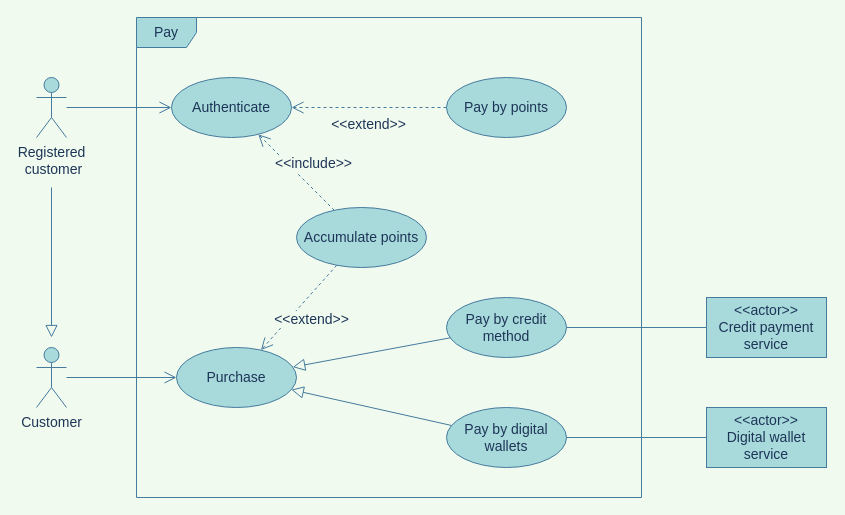
This is requirements/use cases/Payment.drawio from thanhtoan1742/OWCA_POS, a draw.io file, before an edit. Source tidied: cells renumbered, new cells numbered last; positions are measured from the earlier drawing's top-left corner, leaving out a move shared by most shapes. Both pictures are drawn from the tidied source at 100%, with x=0, y=0 at pixel (36, 17).
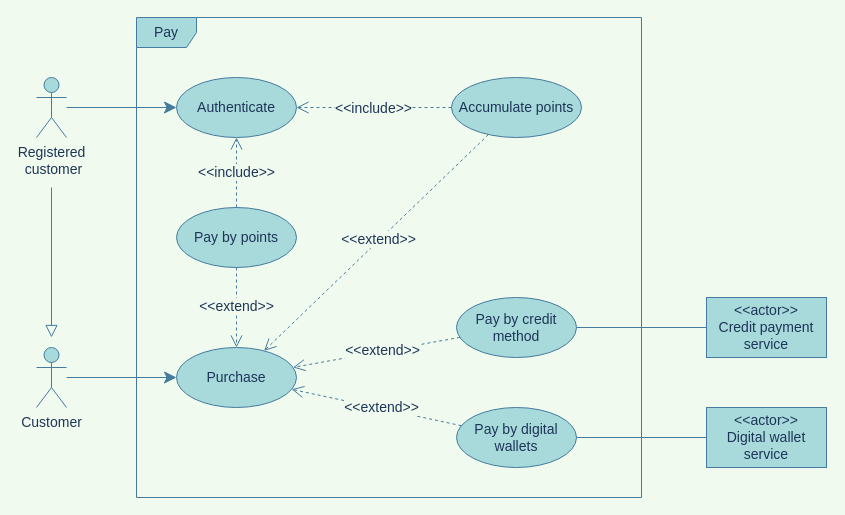
The same page after the edit.

The change refers to these unchanged cells:
```xml
<mxCell id="3" value="Customer&lt;br style=&quot;font-size: 14px;&quot;&gt;" style="shape=umlActor;verticalLabelPosition=bottom;verticalAlign=top;html=1;outlineConnect=0;rounded=0;sketch=0;fontColor=#1D3557;strokeColor=#457B9D;fillColor=#A8DADC;fontSize=14;" parent="1" vertex="1">
  <mxGeometry y="330" width="30" height="60" as="geometry" />
</mxCell>
<mxCell id="4" value="Registered&lt;br style=&quot;font-size: 14px;&quot;&gt;&amp;nbsp;customer" style="shape=umlActor;verticalLabelPosition=bottom;verticalAlign=top;html=1;outlineConnect=0;rounded=0;sketch=0;fontColor=#1D3557;strokeColor=#457B9D;fillColor=#A8DADC;fontSize=14;" parent="1" vertex="1">
  <mxGeometry y="60" width="30" height="60" as="geometry" />
</mxCell>
<mxCell id="12" value="Purchase" style="ellipse;whiteSpace=wrap;html=1;rounded=0;fontColor=#1D3557;verticalAlign=middle;strokeColor=#457B9D;fillColor=#A8DADC;sketch=0;fontSize=14;" parent="1" vertex="1">
  <mxGeometry x="140" y="330" width="120" height="60" as="geometry" />
</mxCell>
<mxCell id="20" value="&amp;lt;&amp;lt;actor&amp;gt;&amp;gt;&lt;br style=&quot;font-size: 14px;&quot;&gt;Credit payment service" style="rounded=0;whiteSpace=wrap;html=1;fillColor=#A8DADC;strokeColor=#457B9D;fontColor=#1D3557;fontSize=14;" parent="1" vertex="1">
  <mxGeometry x="670" y="280" width="120" height="60" as="geometry" />
</mxCell>
<mxCell id="22" value="&amp;lt;&amp;lt;actor&amp;gt;&amp;gt;&lt;br style=&quot;font-size: 14px;&quot;&gt;Digital wallet service" style="rounded=0;whiteSpace=wrap;html=1;fillColor=#A8DADC;strokeColor=#457B9D;fontColor=#1D3557;fontSize=14;" parent="1" vertex="1">
  <mxGeometry x="670" y="390" width="120" height="60" as="geometry" />
</mxCell>
```

The edit, as a diff of the source:
```diff
@@
-    <mxCell id="5" style="rounded=0;jettySize=auto;html=1;strokeColor=#457B9D;endArrow=open;endFill=0;fontColor=#1D3557;labelBackgroundColor=#F1FAEE;endSize=10;fontSize=14;" parent="1" edge="1" source="4" target="8">
+    <mxCell id="5" style="rounded=0;jettySize=auto;html=1;strokeColor=#457B9D;endArrow=classic;endFill=1;fontColor=#1D3557;endSize=10;fontSize=14;labelBackgroundColor=#F1FAEE;" parent="1" edge="1" source="4" target="8">
       <mxGeometry relative="1" as="geometry" />
     </mxCell>
-    <mxCell id="6" style="endArrow=none;html=1;strokeColor=#457B9D;startArrow=block;startFill=0;fontColor=#1D3557;labelBackgroundColor=#F1FAEE;endSize=10;startSize=10;sourcePerimeterSpacing=10;targetPerimeterSpacing=50;fontSize=14;" parent="1" edge="1" source="3" target="4">
+    <mxCell id="6" style="endArrow=none;html=1;strokeColor=#457B9D;startArrow=block;startFill=0;fontColor=#1D3557;endSize=10;startSize=10;sourcePerimeterSpacing=10;targetPerimeterSpacing=50;fontSize=14;labelBackgroundColor=#F1FAEE;" parent="1" edge="1" source="3" target="4">
       <mxGeometry relative="1" as="geometry" />
     </mxCell>
-    <mxCell id="7" value="&amp;lt;&amp;lt;extend&amp;gt;&amp;gt;" style="edgeStyle=none;rounded=0;jettySize=auto;html=1;dashed=1;startArrow=none;startFill=0;endArrow=open;endFill=0;strokeColor=#457B9D;labelBackgroundColor=#F1FAEE;fontColor=#1D3557;endSize=10;startSize=6;fontSize=14;" parent="1" edge="1" source="19" target="8">
-      <mxGeometry x="0.01" y="17" relative="1" as="geometry" />
+    <mxCell id="7" value="&amp;lt;&amp;lt;extend&amp;gt;&amp;gt;" style="edgeStyle=none;rounded=0;jettySize=auto;html=1;dashed=1;startArrow=none;startFill=0;endArrow=open;endFill=0;strokeColor=#457B9D;fontColor=#1D3557;endSize=10;startSize=6;fontSize=14;labelBackgroundColor=#F1FAEE;" parent="1" edge="1" source="19" target="12">
+      <mxGeometry x="-0.03" relative="1" as="geometry" />
     </mxCell>
     <mxCell id="8" value="Authenticate" style="ellipse;whiteSpace=wrap;html=1;rounded=0;fontSize=14;fontColor=#1D3557;strokeColor=#457B9D;fillColor=#A8DADC;sketch=0;" parent="1" vertex="1">
-      <mxGeometry x="135" y="60" width="120" height="60" as="geometry" />
+      <mxGeometry x="140" y="60" width="120" height="60" as="geometry" />
     </mxCell>
-    <mxCell id="9" value="&amp;lt;&amp;lt;include&amp;gt;&amp;gt;" style="edgeStyle=none;rounded=0;jettySize=auto;html=1;dashed=1;startArrow=none;startFill=0;endArrow=open;endFill=0;strokeColor=#457B9D;fontColor=#1D3557;labelBackgroundColor=#F1FAEE;endSize=10;fontSize=14;" parent="1" edge="1" source="10" target="8">
-      <mxGeometry x="-0.11" y="-18" relative="1" as="geometry" />
+    <mxCell id="9" value="&amp;lt;&amp;lt;include&amp;gt;&amp;gt;" style="edgeStyle=none;rounded=0;jettySize=auto;html=1;dashed=1;startArrow=none;startFill=0;endArrow=open;endFill=0;strokeColor=#457B9D;fontColor=#1D3557;endSize=10;fontSize=14;labelBackgroundColor=#F1FAEE;" parent="1" edge="1" source="10" target="8">
+      <mxGeometry x="0.01" y="1" relative="1" as="geometry" />
     </mxCell>
     <mxCell id="10" value="Accumulate points" style="ellipse;whiteSpace=wrap;html=1;rounded=0;fontSize=14;fontColor=#1D3557;strokeColor=#457B9D;fillColor=#A8DADC;sketch=0;" parent="1" vertex="1">
-      <mxGeometry x="260" y="190" width="130" height="60" as="geometry" />
+      <mxGeometry x="415" y="60" width="130" height="60" as="geometry" />
     </mxCell>
-    <mxCell id="11" style="edgeStyle=none;rounded=0;jettySize=auto;html=1;startArrow=none;startFill=0;endArrow=open;endFill=0;strokeColor=#457B9D;fontColor=#1D3557;labelBackgroundColor=#F1FAEE;endSize=10;fontSize=14;" parent="1" edge="1" source="3" target="12">
+    <mxCell id="11" style="edgeStyle=none;rounded=0;jettySize=auto;html=1;startArrow=none;startFill=0;endArrow=classic;endFill=1;strokeColor=#457B9D;fontColor=#1D3557;endSize=10;fontSize=14;labelBackgroundColor=#F1FAEE;" parent="1" edge="1" source="3" target="12">
       <mxGeometry relative="1" as="geometry" />
     </mxCell>
@@
-    <mxCell id="13" style="edgeStyle=none;rounded=0;jettySize=auto;html=1;startArrow=none;startFill=0;endArrow=block;endFill=0;strokeColor=#457B9D;fontColor=#1D3557;labelBackgroundColor=#F1FAEE;endSize=10;fontSize=14;" parent="1" edge="1" source="15" target="12">
-      <mxGeometry relative="1" as="geometry" />
+    <mxCell id="13" value="&amp;lt;&amp;lt;extend&amp;gt;&amp;gt;" style="edgeStyle=none;rounded=0;jettySize=auto;html=1;startArrow=none;startFill=0;endArrow=open;endFill=0;strokeColor=#457B9D;fontColor=#1D3557;endSize=10;fontSize=14;dashed=1;labelBackgroundColor=#F1FAEE;" parent="1" edge="1" source="15" target="12">
+      <mxGeometry x="-0.08" y="-1" relative="1" as="geometry" />
     </mxCell>
-    <mxCell id="14" style="edgeStyle=none;rounded=0;jettySize=auto;html=1;startArrow=none;startFill=0;endArrow=none;endFill=0;strokeColor=#457B9D;fontColor=#1D3557;labelBackgroundColor=#F1FAEE;fontSize=14;" parent="1" edge="1" source="20">
+    <mxCell id="14" style="edgeStyle=none;rounded=0;jettySize=auto;html=1;startArrow=none;startFill=0;endArrow=none;endFill=0;strokeColor=#457B9D;fontColor=#1D3557;fontSize=14;labelBackgroundColor=#F1FAEE;" parent="1" edge="1" source="20">
       <mxGeometry relative="1" as="geometry">
         <mxPoint x="740" y="310" as="targetPoint" />
       </mxGeometry>
     </mxCell>
     <mxCell id="15" value="Pay by credit method" style="ellipse;whiteSpace=wrap;html=1;rounded=0;fontSize=14;fontColor=#1D3557;strokeColor=#457B9D;fillColor=#A8DADC;sketch=0;" parent="1" vertex="1">
-      <mxGeometry x="410" y="280" width="120" height="60" as="geometry" />
+      <mxGeometry x="420" y="280" width="120" height="60" as="geometry" />
     </mxCell>
-    <mxCell id="16" style="edgeStyle=none;rounded=0;jettySize=auto;html=1;startArrow=none;startFill=0;endArrow=block;endFill=0;strokeColor=#457B9D;fontColor=#1D3557;labelBackgroundColor=#F1FAEE;endSize=10;fontSize=14;" parent="1" edge="1" source="18" target="12">
-      <mxGeometry relative="1" as="geometry" />
+    <mxCell id="16" value="&amp;lt;&amp;lt;extend&amp;gt;&amp;gt;" style="edgeStyle=none;rounded=0;jettySize=auto;html=1;startArrow=none;startFill=0;endArrow=open;endFill=0;strokeColor=#457B9D;fontColor=#1D3557;endSize=10;fontSize=14;dashed=1;labelBackgroundColor=#F1FAEE;" parent="1" edge="1" source="18" target="12">
+      <mxGeometry x="-0.06" y="-1" relative="1" as="geometry" />
     </mxCell>
-    <mxCell id="17" style="edgeStyle=none;rounded=0;jettySize=auto;html=1;startArrow=none;startFill=0;endArrow=none;endFill=0;strokeColor=#457B9D;fontColor=#1D3557;labelBackgroundColor=#F1FAEE;fontSize=14;" parent="1" edge="1" source="22">
+    <mxCell id="17" style="edgeStyle=none;rounded=0;jettySize=auto;html=1;startArrow=none;startFill=0;endArrow=none;endFill=0;strokeColor=#457B9D;fontColor=#1D3557;fontSize=14;labelBackgroundColor=#F1FAEE;" parent="1" edge="1" source="22">
       <mxGeometry relative="1" as="geometry">
         <mxPoint x="740" y="420" as="targetPoint" />
       </mxGeometry>
     </mxCell>
     <mxCell id="18" value="Pay by digital wallets" style="ellipse;whiteSpace=wrap;html=1;rounded=0;fontSize=14;fontColor=#1D3557;strokeColor=#457B9D;fillColor=#A8DADC;sketch=0;" parent="1" vertex="1">
-      <mxGeometry x="410" y="390" width="120" height="60" as="geometry" />
+      <mxGeometry x="420" y="390" width="120" height="60" as="geometry" />
     </mxCell>
+    <mxCell id="25" value="&amp;lt;&amp;lt;include&amp;gt;&amp;gt;" style="edgeStyle=orthogonalEdgeStyle;rounded=0;jettySize=auto;html=1;endArrow=open;endFill=0;dashed=1;endSize=10;labelBackgroundColor=#F1FAEE;strokeColor=#457B9D;fontColor=#1D3557;fontSize=14;" parent="1" edge="1" source="19" target="8">
+      <mxGeometry relative="1" as="geometry" />
+    </mxCell>
     <mxCell id="19" value="Pay by points" style="ellipse;whiteSpace=wrap;html=1;rounded=0;fontSize=14;fontColor=#1D3557;strokeColor=#457B9D;fillColor=#A8DADC;sketch=0;" parent="1" vertex="1">
-      <mxGeometry x="410" y="60" width="120" height="60" as="geometry" />
+      <mxGeometry x="140" y="190" width="120" height="60" as="geometry" />
     </mxCell>
@@
-    <mxCell id="21" style="edgeStyle=none;rounded=0;jettySize=auto;html=1;startArrow=none;startFill=0;endArrow=none;endFill=0;strokeColor=#457B9D;fontColor=#1D3557;labelBackgroundColor=#F1FAEE;fontSize=14;" parent="1" edge="1" source="15" target="20">
+    <mxCell id="21" style="edgeStyle=none;rounded=0;jettySize=auto;html=1;startArrow=none;startFill=0;endArrow=none;endFill=0;strokeColor=#457B9D;fontColor=#1D3557;fontSize=14;labelBackgroundColor=#F1FAEE;" parent="1" edge="1" source="15" target="20">
       <mxGeometry relative="1" as="geometry" />
     </mxCell>
@@
-    <mxCell id="23" style="edgeStyle=none;rounded=0;jettySize=auto;html=1;startArrow=none;startFill=0;endArrow=none;endFill=0;strokeColor=#457B9D;fontColor=#1D3557;labelBackgroundColor=#F1FAEE;fontSize=14;" parent="1" edge="1" source="18" target="22">
+    <mxCell id="23" style="edgeStyle=none;rounded=0;jettySize=auto;html=1;startArrow=none;startFill=0;endArrow=none;endFill=0;strokeColor=#457B9D;fontColor=#1D3557;fontSize=14;labelBackgroundColor=#F1FAEE;" parent="1" edge="1" source="18" target="22">
       <mxGeometry relative="1" as="geometry" />
     </mxCell>
-    <mxCell id="24" value="&amp;lt;&amp;lt;extend&amp;gt;&amp;gt;" style="edgeStyle=none;rounded=0;jettySize=auto;html=1;dashed=1;startArrow=none;startFill=0;endArrow=open;endFill=0;strokeColor=#457B9D;labelBackgroundColor=#F1FAEE;fontColor=#1D3557;endSize=10;startSize=6;fontSize=14;" parent="1" edge="1" source="10" target="12">
-      <mxGeometry x="0.01" y="17" relative="1" as="geometry" />
+    <mxCell id="24" value="&amp;lt;&amp;lt;extend&amp;gt;&amp;gt;" style="edgeStyle=none;rounded=0;jettySize=auto;html=1;dashed=1;startArrow=none;startFill=0;endArrow=open;endFill=0;strokeColor=#457B9D;fontColor=#1D3557;endSize=10;startSize=6;fontSize=14;labelBackgroundColor=#F1FAEE;" parent="1" edge="1" source="10" target="12">
+      <mxGeometry x="-0.02" relative="1" as="geometry">
+        <mxPoint y="-1" as="offset" />
+      </mxGeometry>
     </mxCell>
```
